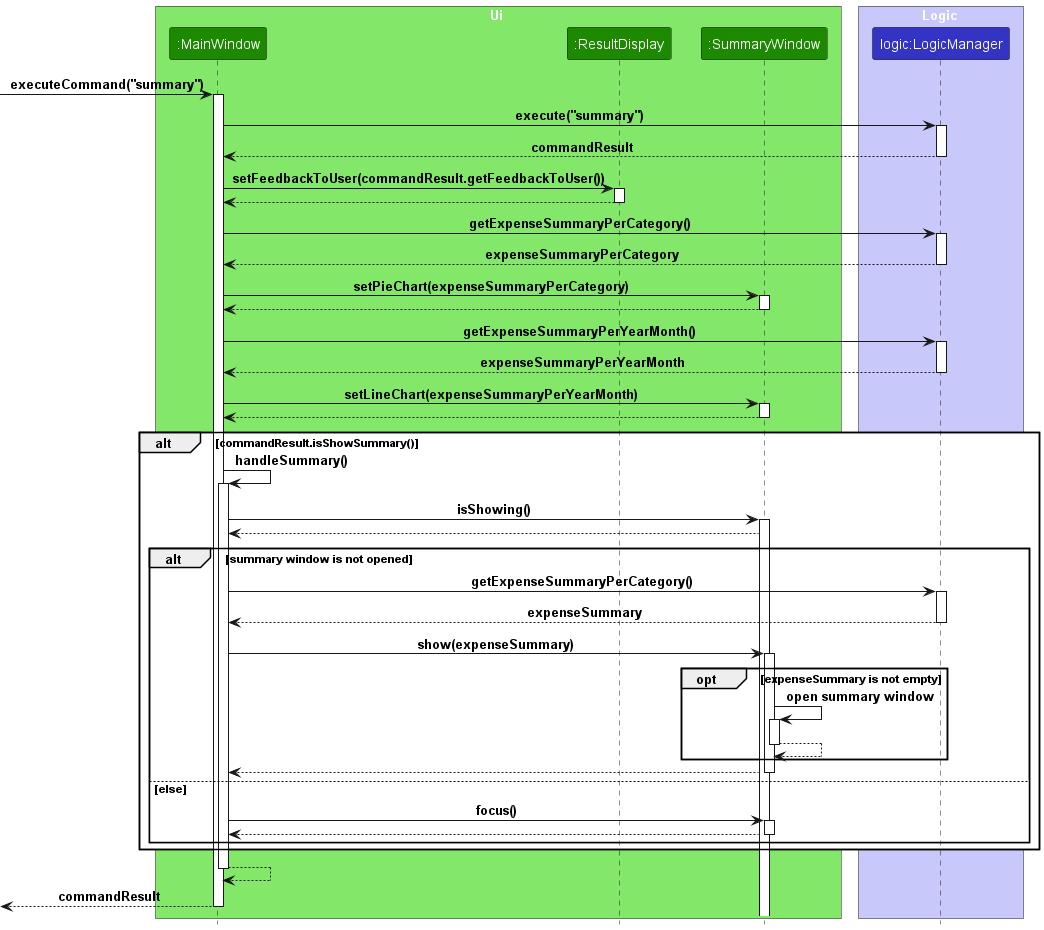
Earlier version of the PlantUML export docs/images/unicash/SummaryUiSequenceDiagram.png (woojiahao/tp).
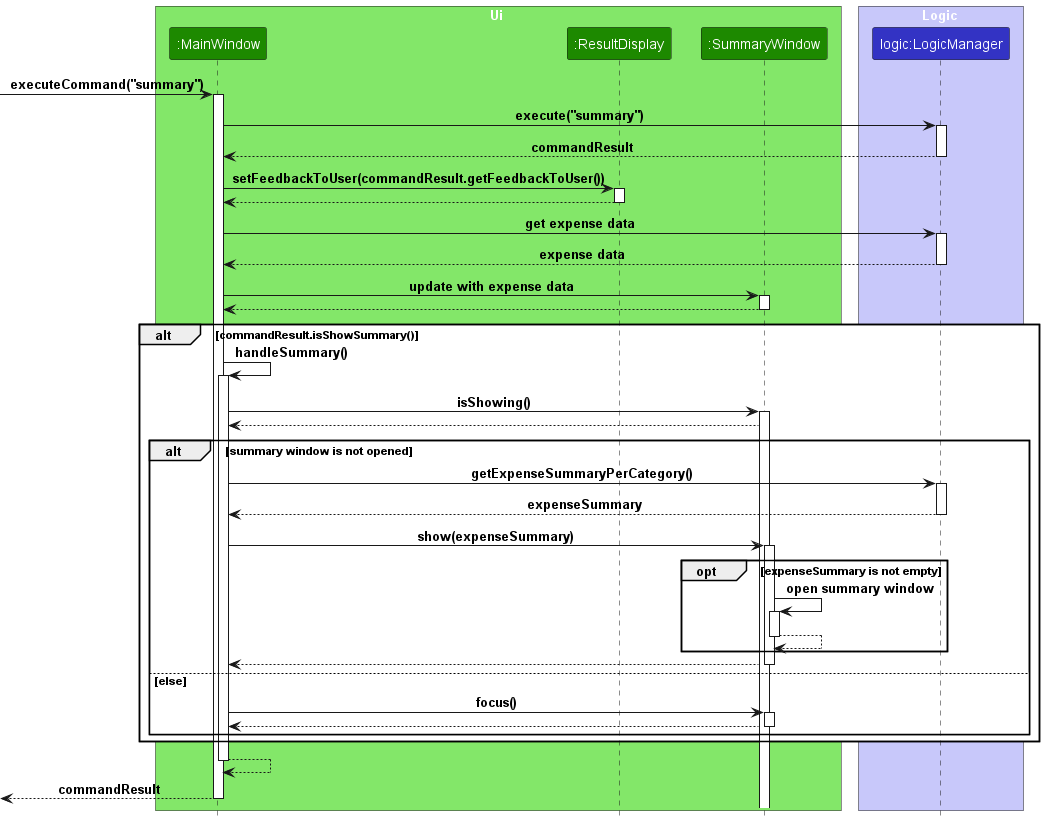
The same file after the commit.

Diff of the diagram source:
```diff
@@ -26,29 +26,18 @@
 ResultDisplay --> MainWindow
 deactivate ResultDisplay
 
-MainWindow -> LogicManager : getExpenseSummaryPerCategory()
+MainWindow -> LogicManager : get expense data
 activate LogicManager
 
-LogicManager --> MainWindow : expenseSummaryPerCategory
+LogicManager --> MainWindow : expense data
 deactivate LogicManager
 
-MainWindow -> SummaryWindow : setPieChart(expenseSummaryPerCategory)
+MainWindow -> SummaryWindow : update with expense data
 activate SummaryWindow
 
 SummaryWindow --> MainWindow
 deactivate SummaryWindow
 
-MainWindow -> LogicManager : getExpenseSummaryPerYearMonth()
-activate LogicManager
-
-LogicManager --> MainWindow : expenseSummaryPerYearMonth
-deactivate LogicManager
-
-MainWindow -> SummaryWindow : setLineChart(expenseSummaryPerYearMonth)
-activate SummaryWindow
-
-SummaryWindow --> MainWindow
-deactivate SummaryWindow
 
 alt commandResult.isShowSummary()
 
```
